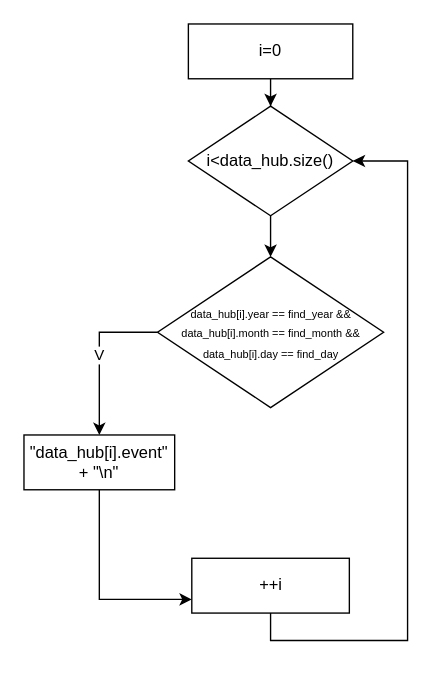
alejandroramirezvallejos/flowcharts keeps this draw.io diagram as Diagrama sin título.drawio. Above is the earlier version. Source tidied: cells renumbered, new cells numbered last; positions are measured from the earlier drawing's top-left corner, leaving out a move shared by most shapes. Both pictures are drawn from the tidied source at 137%, with x=0, y=0 at pixel (23, 23).
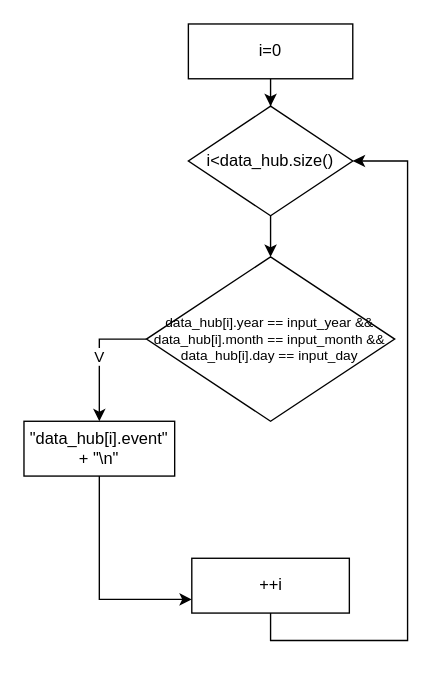
After the change.

What changed in the source:
```diff
@@
 <mxGraphModel>
   <root>
     <mxCell id="0" />
     <mxCell id="1" parent="0" />
     <mxCell id="2" style="edgeStyle=orthogonalEdgeStyle;rounded=0;jettySize=auto;html=1;" parent="1" edge="1" source="3" target="5">
       <mxGeometry relative="1" as="geometry" />
     </mxCell>
     <mxCell id="3" value="i&amp;lt;data_hub.size()" style="rhombus;whiteSpace=wrap;html=1;" parent="1" vertex="1">
       <mxGeometry x="120" y="60" width="120" height="80" as="geometry" />
     </mxCell>
     <mxCell id="4" value="V" style="edgeStyle=orthogonalEdgeStyle;rounded=0;jettySize=auto;html=1;exitX=0;exitY=0.5;exitDx=0;exitDy=0;entryX=0.5;entryY=0;entryDx=0;entryDy=0;" parent="1" edge="1" source="5" target="7">
       <mxGeometry relative="1" as="geometry" />
     </mxCell>
-    <mxCell id="5" value="&lt;font style=&quot;font-size: 8px;&quot;&gt;data_hub[i].year == find_year &amp;amp;&amp;amp; data_hub[i].month == find_month &amp;amp;&amp;amp; data_hub[i].day == find_day&lt;/font&gt;" style="rhombus;whiteSpace=wrap;html=1;" parent="1" vertex="1">
-      <mxGeometry x="97.5" y="170" width="165" height="110" as="geometry" />
+    <mxCell id="5" value="&lt;font style=&quot;font-size: 10px;&quot;&gt;data_hub[i].year == input_year &amp;amp;&amp;amp; data_hub[i].month == input_month &amp;amp;&amp;amp; data_hub[i].day == input_day&lt;/font&gt;" style="rhombus;whiteSpace=wrap;html=1;fontSize=10;" parent="1" vertex="1">
+      <mxGeometry x="89.4" y="170" width="181.2" height="120" as="geometry" />
     </mxCell>
     <mxCell id="6" style="edgeStyle=orthogonalEdgeStyle;rounded=0;jettySize=auto;html=1;" parent="1" edge="1" source="7" target="9">
       <mxGeometry relative="1" as="geometry">
         <Array as="points">
           <mxPoint x="180" y="420" />
           <mxPoint x="180" y="420" />
         </Array>
       </mxGeometry>
     </mxCell>
     <mxCell id="7" value="&quot;data_hub[i].event&quot; + &quot;\n&quot;" style="rounded=0;whiteSpace=wrap;html=1;" parent="1" vertex="1">
-      <mxGeometry y="300" width="110" height="40" as="geometry" />
+      <mxGeometry y="290" width="110" height="40" as="geometry" />
     </mxCell>
     <mxCell id="8" style="edgeStyle=orthogonalEdgeStyle;rounded=0;jettySize=auto;html=1;entryX=1;entryY=0.5;entryDx=0;entryDy=0;" parent="1" edge="1" source="9" target="3">
       <mxGeometry relative="1" as="geometry">
         <Array as="points">
           <mxPoint x="280" y="450" />
           <mxPoint x="280" y="100" />
         </Array>
       </mxGeometry>
     </mxCell>
     <mxCell id="9" value="++i" style="rounded=0;whiteSpace=wrap;html=1;" parent="1" vertex="1">
       <mxGeometry x="122.5" y="390" width="115" height="40" as="geometry" />
     </mxCell>
     <mxCell id="10" style="edgeStyle=orthogonalEdgeStyle;rounded=0;jettySize=auto;html=1;" parent="1" edge="1" source="11" target="3">
       <mxGeometry relative="1" as="geometry" />
     </mxCell>
     <mxCell id="11" value="i=0" style="rounded=0;whiteSpace=wrap;html=1;" parent="1" vertex="1">
       <mxGeometry x="120" width="120" height="40" as="geometry" />
     </mxCell>
   </root>
 </mxGraphModel>
```
